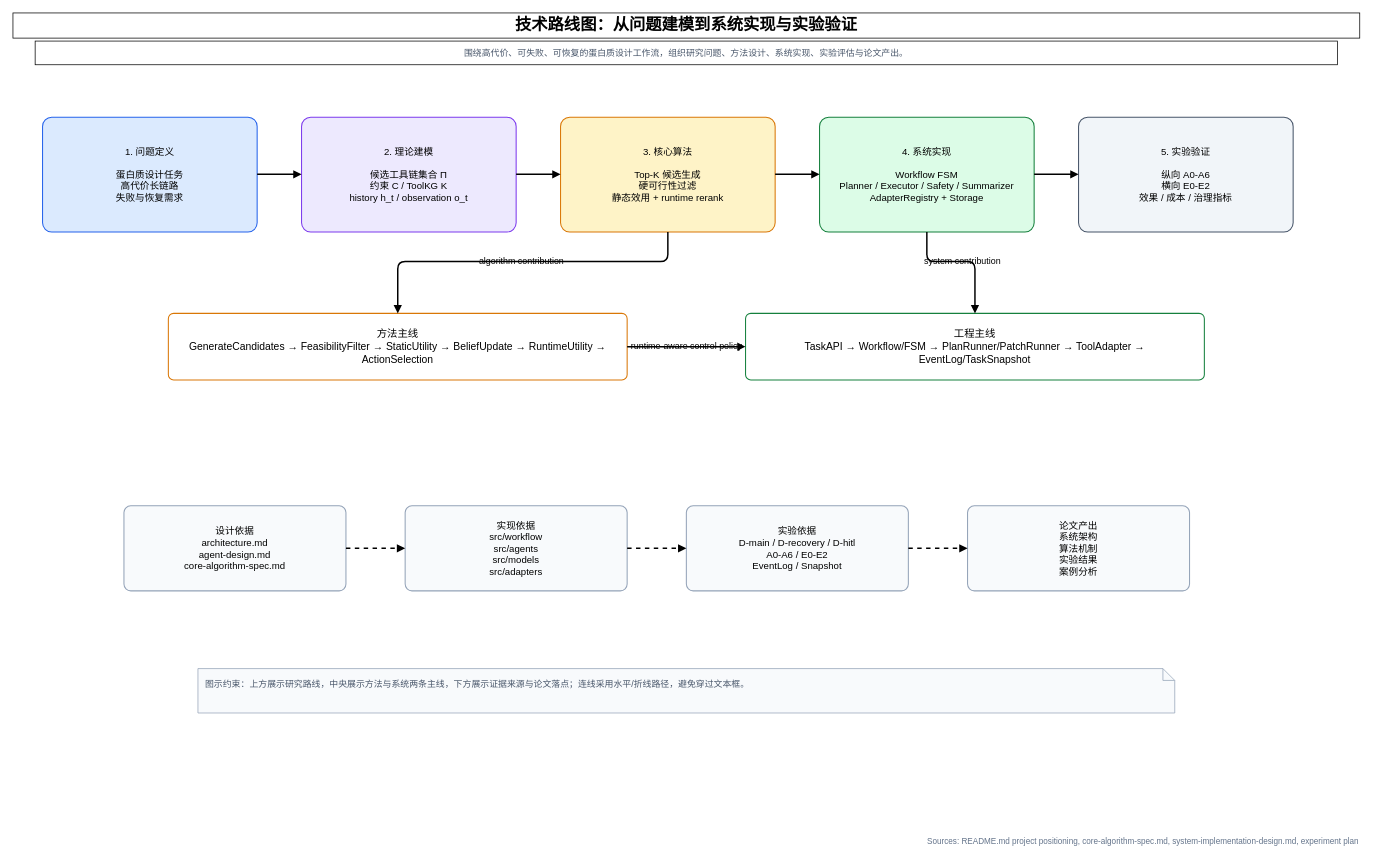
Above: asserts/figures/technical-route.drawio in Yuri-Kon/thesis-project (draw.io), before the change. Source tidied: cells renumbered, new cells numbered last; positions are measured from the earlier drawing's top-left corner, leaving out a move shared by most shapes. Both pictures are drawn from the tidied source at 74%, with x=0, y=0 at pixel (13, 13).
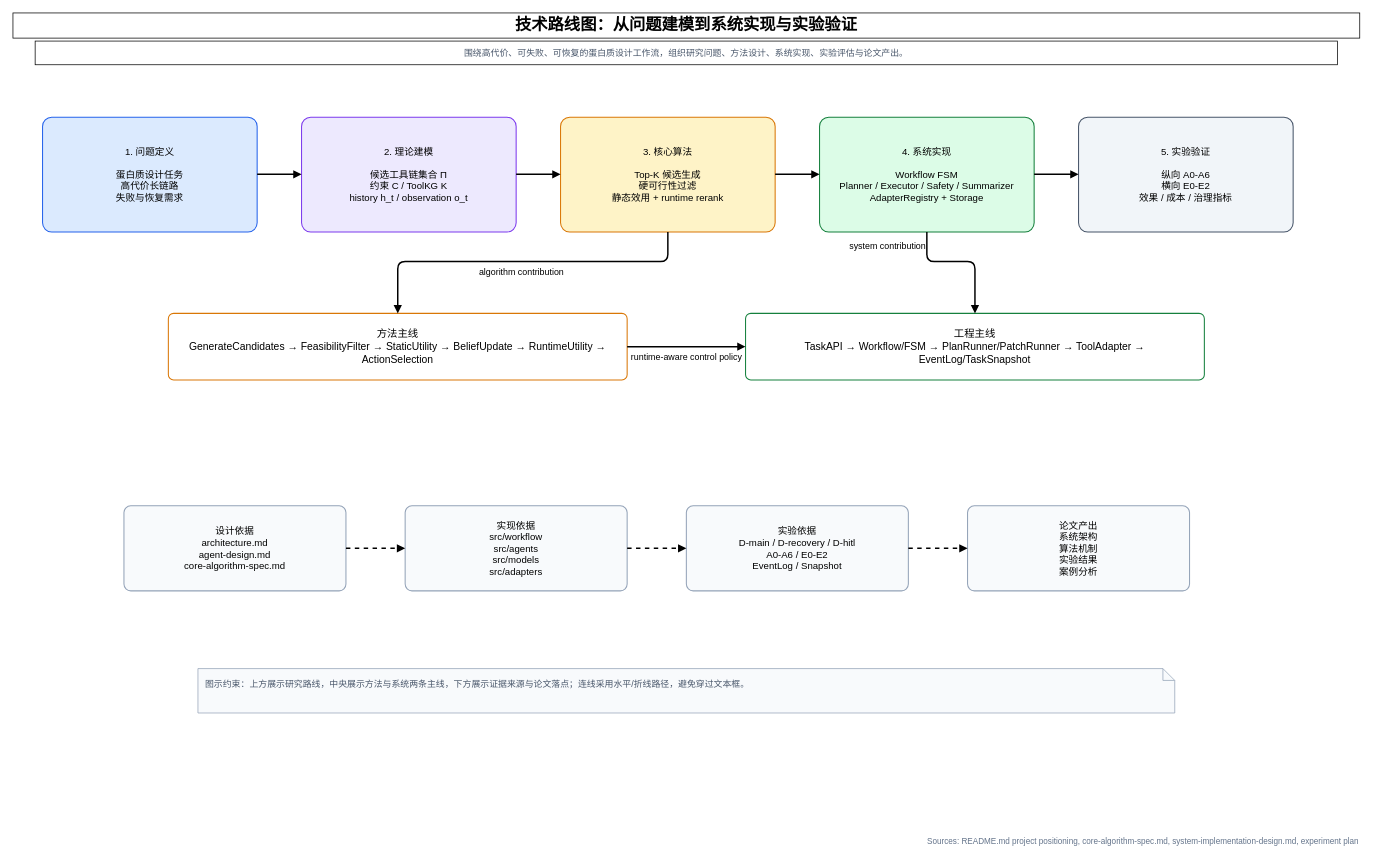
The same diagram, later.

Commit message (it also covers changes not shown here):
figure: 调整技术路线图

The change refers to these unchanged cells:
```xml
<mxCell id="6" value="3. 核心算法&lt;br&gt;&lt;br&gt;Top-K 候选生成&lt;br&gt;硬可行性过滤&lt;br&gt;静态效用 + runtime rerank" style="rounded=1;whiteSpace=wrap;html=1;arcSize=8;fillColor=#FEF3C7;strokeColor=#D97706;strokeWidth=1.4;fontFamily=Helvetica;fontSize=13;align=center;verticalAlign=middle;spacing=8;" parent="1" vertex="1">
  <mxGeometry x="740" y="141" width="290" height="155" as="geometry" />
</mxCell>
<mxCell id="7" value="4. 系统实现&lt;br&gt;&lt;br&gt;Workflow FSM&lt;br&gt;Planner / Executor / Safety / Summarizer&lt;br&gt;AdapterRegistry + Storage" style="rounded=1;whiteSpace=wrap;html=1;arcSize=8;fillColor=#DCFCE7;strokeColor=#15803D;strokeWidth=1.4;fontFamily=Helvetica;fontSize=13;align=center;verticalAlign=middle;spacing=8;" parent="1" vertex="1">
  <mxGeometry x="1090" y="141" width="290" height="155" as="geometry" />
</mxCell>
<mxCell id="13" value="方法主线&lt;br&gt;GenerateCandidates → FeasibilityFilter → StaticUtility → BeliefUpdate → RuntimeUtility → ActionSelection" style="rounded=1;whiteSpace=wrap;html=1;arcSize=8;fillColor=#FFFFFF;strokeColor=#D97706;strokeWidth=1.4;fontFamily=Helvetica;fontSize=14;align=center;verticalAlign=middle;spacing=8;" parent="1" vertex="1">
  <mxGeometry x="210" y="406" width="620" height="90" as="geometry" />
</mxCell>
<mxCell id="14" value="工程主线&lt;br&gt;TaskAPI → Workflow/FSM → PlanRunner/PatchRunner → ToolAdapter → EventLog/TaskSnapshot" style="rounded=1;whiteSpace=wrap;html=1;arcSize=8;fillColor=#FFFFFF;strokeColor=#15803D;strokeWidth=1.4;fontFamily=Helvetica;fontSize=14;align=center;verticalAlign=middle;spacing=8;" parent="1" vertex="1">
  <mxGeometry x="990" y="406" width="620" height="90" as="geometry" />
</mxCell>
```

Change to the diagram source:
```diff
@@
-    <mxCell id="15" value="algorithm contribution" style="endArrow=block;html=1;rounded=1;strokeWidth=2;fontSize=12;fontFamily=Helvetica;labelBackgroundColor=none;" parent="1" edge="1" source="6" target="13">
+    <mxCell id="15" value="algorithm contribution" style="endArrow=block;html=1;rounded=1;strokeWidth=2;fontSize=12;fontFamily=Helvetica;labelBackgroundColor=none;labelPosition=center;verticalLabelPosition=bottom;align=center;verticalAlign=top;" parent="1" edge="1" source="6" target="13">
       <mxGeometry relative="1" as="geometry">
         <Array as="points">
           <mxPoint x="885" y="336" />
           <mxPoint x="520" y="336" />
         </Array>
       </mxGeometry>
     </mxCell>
-    <mxCell id="16" value="system contribution" style="endArrow=block;html=1;rounded=1;strokeWidth=2;fontSize=12;fontFamily=Helvetica;labelBackgroundColor=none;" parent="1" edge="1" source="7" target="14">
-      <mxGeometry relative="1" as="geometry">
+    <mxCell id="16" value="system contribution" style="endArrow=block;html=1;rounded=1;strokeWidth=2;fontSize=12;fontFamily=Helvetica;labelBackgroundColor=none;labelPosition=left;verticalLabelPosition=middle;align=right;verticalAlign=middle;" parent="1" edge="1" source="7" target="14">
+      <mxGeometry x="-0.77" relative="1" as="geometry">
         <Array as="points">
           <mxPoint x="1235" y="336" />
           <mxPoint x="1300" y="336" />
         </Array>
       </mxGeometry>
     </mxCell>
-    <mxCell id="17" value="runtime-aware control policy" style="endArrow=block;html=1;rounded=1;strokeWidth=2;fontSize=12;fontFamily=Helvetica;labelBackgroundColor=none;" parent="1" edge="1" source="13" target="14">
+    <mxCell id="17" value="runtime-aware control policy" style="endArrow=block;html=1;rounded=1;strokeWidth=2;fontSize=12;fontFamily=Helvetica;labelBackgroundColor=none;labelPosition=center;verticalLabelPosition=bottom;align=center;verticalAlign=top;" parent="1" edge="1" source="13" target="14">
       <mxGeometry relative="1" as="geometry">
         <Array as="points">
           <mxPoint x="890" y="451" />
           <mxPoint x="930" y="451" />
         </Array>
       </mxGeometry>
     </mxCell>
```
